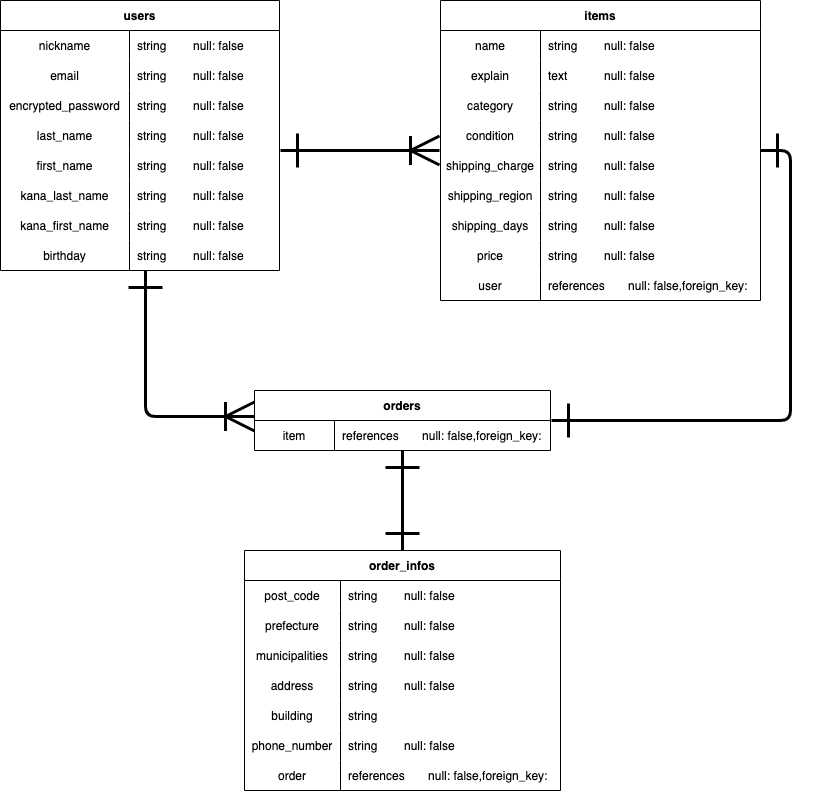
This is ER.png from YOSHIKI-NAGAMINE/furima-38929, a draw.io export, as it was before one commit. Source tidied: cells renumbered, new cells last; positions are measured from the earlier drawing's top-left corner, leaving out a move shared by most shapes.
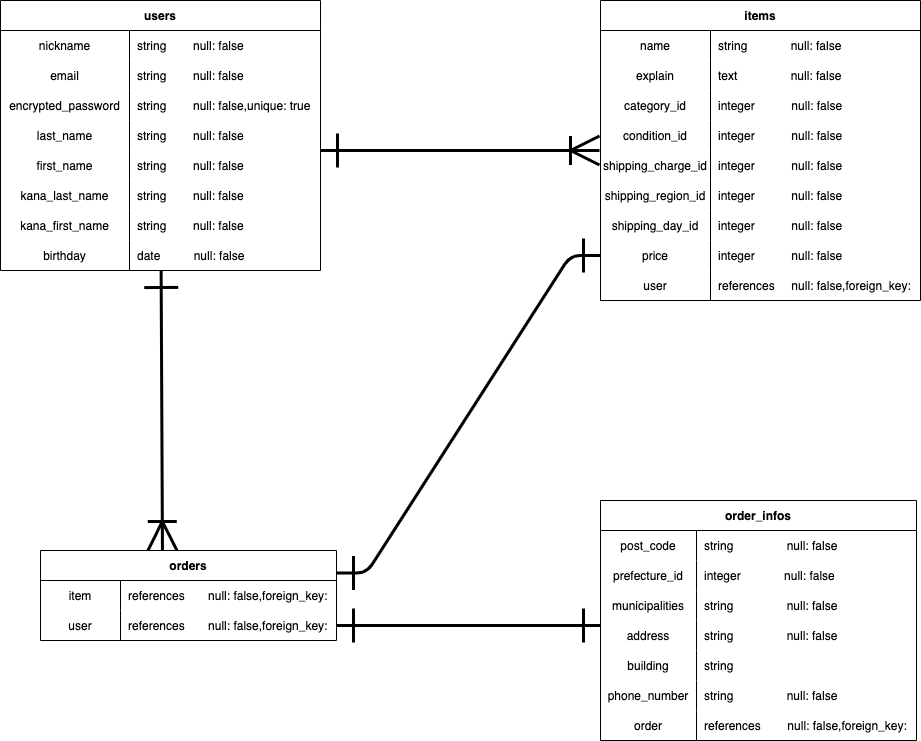
After the change.

Commit message:
READEME、ER図修正

Change to the diagram source:
```diff
@@ -5,3 +5,3 @@
     <mxCell id="2" value="items" style="shape=table;startSize=30;rowLines=0;fontStyle=1;align=center;" parent="1" vertex="1">
-      <mxGeometry x="440" width="320" height="300" as="geometry" />
+      <mxGeometry x="660" y="-40" width="320" height="300" as="geometry" />
     </mxCell>
@@ -11,6 +11,6 @@
     <mxCell id="4" value="name" style="shape=partialRectangle;fillColor=none;top=0;left=0;bottom=0;right=0;overflow=hidden;" parent="3" vertex="1">
-      <mxGeometry width="100" height="30" as="geometry" />
+      <mxGeometry width="110" height="30" as="geometry" />
     </mxCell>
-    <mxCell id="5" value="string        null: false" style="shape=partialRectangle;fillColor=none;top=0;left=0;bottom=0;right=0;align=left;spacingLeft=6;overflow=hidden;" parent="3" vertex="1">
-      <mxGeometry x="100" width="220" height="30" as="geometry" />
+    <mxCell id="5" value="string             null: false" style="shape=partialRectangle;fillColor=none;top=0;left=0;bottom=0;right=0;align=left;spacingLeft=6;overflow=hidden;" parent="3" vertex="1">
+      <mxGeometry x="110" width="210" height="30" as="geometry" />
     </mxCell>
@@ -20,6 +20,6 @@
     <mxCell id="7" value="explain" style="shape=partialRectangle;fillColor=none;top=0;left=0;bottom=0;right=0;overflow=hidden;" parent="6" vertex="1">
-      <mxGeometry width="100" height="30" as="geometry" />
+      <mxGeometry width="110" height="30" as="geometry" />
     </mxCell>
-    <mxCell id="8" value="text           null: false" style="shape=partialRectangle;fillColor=none;top=0;left=0;bottom=0;right=0;align=left;spacingLeft=6;overflow=hidden;" parent="6" vertex="1">
-      <mxGeometry x="100" width="220" height="30" as="geometry" />
+    <mxCell id="8" value="text                null: false" style="shape=partialRectangle;fillColor=none;top=0;left=0;bottom=0;right=0;align=left;spacingLeft=6;overflow=hidden;" parent="6" vertex="1">
+      <mxGeometry x="110" width="210" height="30" as="geometry" />
     </mxCell>
@@ -28,7 +28,7 @@
     </mxCell>
-    <mxCell id="10" value="category" style="shape=partialRectangle;fillColor=none;top=0;left=0;bottom=0;right=0;overflow=hidden;" parent="9" vertex="1">
-      <mxGeometry width="100" height="30" as="geometry" />
+    <mxCell id="10" value="category_id" style="shape=partialRectangle;fillColor=none;top=0;left=0;bottom=0;right=0;overflow=hidden;" parent="9" vertex="1">
+      <mxGeometry width="110" height="30" as="geometry" />
     </mxCell>
-    <mxCell id="11" value="string        null: false" style="shape=partialRectangle;fillColor=none;top=0;left=0;bottom=0;right=0;align=left;spacingLeft=6;overflow=hidden;" parent="9" vertex="1">
-      <mxGeometry x="100" width="220" height="30" as="geometry" />
+    <mxCell id="11" value="integer           null: false" style="shape=partialRectangle;fillColor=none;top=0;left=0;bottom=0;right=0;align=left;spacingLeft=6;overflow=hidden;" parent="9" vertex="1">
+      <mxGeometry x="110" width="210" height="30" as="geometry" />
     </mxCell>
@@ -37,7 +37,7 @@
     </mxCell>
-    <mxCell id="13" value="condition" style="shape=partialRectangle;fillColor=none;top=0;left=0;bottom=0;right=0;overflow=hidden;" parent="12" vertex="1">
-      <mxGeometry width="100" height="30" as="geometry" />
+    <mxCell id="13" value="condition_id" style="shape=partialRectangle;fillColor=none;top=0;left=0;bottom=0;right=0;overflow=hidden;" parent="12" vertex="1">
+      <mxGeometry width="110" height="30" as="geometry" />
     </mxCell>
-    <mxCell id="14" value="string        null: false" style="shape=partialRectangle;fillColor=none;top=0;left=0;bottom=0;right=0;align=left;spacingLeft=6;overflow=hidden;" parent="12" vertex="1">
-      <mxGeometry x="100" width="220" height="30" as="geometry" />
+    <mxCell id="14" value="integer           null: false" style="shape=partialRectangle;fillColor=none;top=0;left=0;bottom=0;right=0;align=left;spacingLeft=6;overflow=hidden;" parent="12" vertex="1">
+      <mxGeometry x="110" width="210" height="30" as="geometry" />
     </mxCell>
@@ -46,7 +46,7 @@
     </mxCell>
-    <mxCell id="16" value="shipping_charge" style="shape=partialRectangle;fillColor=none;top=0;left=0;bottom=0;right=0;overflow=hidden;" parent="15" vertex="1">
-      <mxGeometry width="100" height="30" as="geometry" />
+    <mxCell id="16" value="shipping_charge_id" style="shape=partialRectangle;fillColor=none;top=0;left=0;bottom=0;right=0;overflow=hidden;" parent="15" vertex="1">
+      <mxGeometry width="110" height="30" as="geometry" />
     </mxCell>
-    <mxCell id="17" value="string        null: false" style="shape=partialRectangle;fillColor=none;top=0;left=0;bottom=0;right=0;align=left;spacingLeft=6;overflow=hidden;" parent="15" vertex="1">
-      <mxGeometry x="100" width="220" height="30" as="geometry" />
+    <mxCell id="17" value="integer           null: false" style="shape=partialRectangle;fillColor=none;top=0;left=0;bottom=0;right=0;align=left;spacingLeft=6;overflow=hidden;" parent="15" vertex="1">
+      <mxGeometry x="110" width="210" height="30" as="geometry" />
     </mxCell>
@@ -55,7 +55,7 @@
     </mxCell>
-    <mxCell id="19" value="shipping_region" style="shape=partialRectangle;fillColor=none;top=0;left=0;bottom=0;right=0;overflow=hidden;" parent="18" vertex="1">
-      <mxGeometry width="100" height="30" as="geometry" />
+    <mxCell id="19" value="shipping_region_id" style="shape=partialRectangle;fillColor=none;top=0;left=0;bottom=0;right=0;overflow=hidden;" parent="18" vertex="1">
+      <mxGeometry width="110" height="30" as="geometry" />
     </mxCell>
-    <mxCell id="20" value="string        null: false" style="shape=partialRectangle;fillColor=none;top=0;left=0;bottom=0;right=0;align=left;spacingLeft=6;overflow=hidden;" parent="18" vertex="1">
-      <mxGeometry x="100" width="220" height="30" as="geometry" />
+    <mxCell id="20" value="integer           null: false" style="shape=partialRectangle;fillColor=none;top=0;left=0;bottom=0;right=0;align=left;spacingLeft=6;overflow=hidden;" parent="18" vertex="1">
+      <mxGeometry x="110" width="210" height="30" as="geometry" />
     </mxCell>
@@ -64,7 +64,7 @@
     </mxCell>
-    <mxCell id="22" value="shipping_days" style="shape=partialRectangle;fillColor=none;top=0;left=0;bottom=0;right=0;overflow=hidden;" parent="21" vertex="1">
-      <mxGeometry width="100" height="30" as="geometry" />
+    <mxCell id="22" value="shipping_day_id" style="shape=partialRectangle;fillColor=none;top=0;left=0;bottom=0;right=0;overflow=hidden;" parent="21" vertex="1">
+      <mxGeometry width="110" height="30" as="geometry" />
     </mxCell>
-    <mxCell id="23" value="string        null: false" style="shape=partialRectangle;fillColor=none;top=0;left=0;bottom=0;right=0;align=left;spacingLeft=6;overflow=hidden;" parent="21" vertex="1">
-      <mxGeometry x="100" width="220" height="30" as="geometry" />
+    <mxCell id="23" value="integer           null: false" style="shape=partialRectangle;fillColor=none;top=0;left=0;bottom=0;right=0;align=left;spacingLeft=6;overflow=hidden;" parent="21" vertex="1">
+      <mxGeometry x="110" width="210" height="30" as="geometry" />
     </mxCell>
@@ -74,6 +74,6 @@
     <mxCell id="25" value="price" style="shape=partialRectangle;fillColor=none;top=0;left=0;bottom=0;right=0;overflow=hidden;" parent="24" vertex="1">
-      <mxGeometry width="100" height="30" as="geometry" />
+      <mxGeometry width="110" height="30" as="geometry" />
     </mxCell>
-    <mxCell id="26" value="string        null: false" style="shape=partialRectangle;fillColor=none;top=0;left=0;bottom=0;right=0;align=left;spacingLeft=6;overflow=hidden;" parent="24" vertex="1">
-      <mxGeometry x="100" width="220" height="30" as="geometry" />
+    <mxCell id="26" value="integer           null: false" style="shape=partialRectangle;fillColor=none;top=0;left=0;bottom=0;right=0;align=left;spacingLeft=6;overflow=hidden;" parent="24" vertex="1">
+      <mxGeometry x="110" width="210" height="30" as="geometry" />
     </mxCell>
@@ -83,12 +83,12 @@
     <mxCell id="28" value="user" style="shape=partialRectangle;fillColor=none;top=0;left=0;bottom=0;right=0;overflow=hidden;" parent="27" vertex="1">
-      <mxGeometry width="100" height="30" as="geometry" />
+      <mxGeometry width="110" height="30" as="geometry" />
     </mxCell>
-    <mxCell id="29" value="references       null: false,foreign_key:" style="shape=partialRectangle;fillColor=none;top=0;left=0;bottom=0;right=0;align=left;spacingLeft=6;overflow=hidden;" parent="27" vertex="1">
-      <mxGeometry x="100" width="220" height="30" as="geometry" />
+    <mxCell id="29" value="references     null: false,foreign_key:" style="shape=partialRectangle;fillColor=none;top=0;left=0;bottom=0;right=0;align=left;spacingLeft=6;overflow=hidden;" parent="27" vertex="1">
+      <mxGeometry x="110" width="210" height="30" as="geometry" />
     </mxCell>
     <mxCell id="30" value="users" style="shape=table;startSize=30;rowLines=0;fontStyle=1;align=center;" parent="1" vertex="1">
-      <mxGeometry width="279" height="270" as="geometry" />
+      <mxGeometry x="60" y="-40" width="320" height="270" as="geometry" />
     </mxCell>
     <mxCell id="31" style="shape=tableRow;horizontal=0;startSize=0;swimlaneHead=0;swimlaneBody=0;fillColor=none;top=0;left=0;right=0;bottom=0;" parent="30" vertex="1">
-      <mxGeometry y="30" width="279" height="30" as="geometry" />
+      <mxGeometry y="30" width="320" height="30" as="geometry" />
     </mxCell>
@@ -98,6 +98,6 @@
     <mxCell id="33" value="string        null: false" style="shape=partialRectangle;fillColor=none;top=0;left=0;bottom=0;right=0;align=left;spacingLeft=6;overflow=hidden;" parent="31" vertex="1">
-      <mxGeometry x="129" width="150" height="30" as="geometry" />
+      <mxGeometry x="129" width="191" height="30" as="geometry" />
     </mxCell>
     <mxCell id="34" style="shape=tableRow;horizontal=0;startSize=0;swimlaneHead=0;swimlaneBody=0;fillColor=none;top=0;left=0;right=0;bottom=0;" parent="30" vertex="1">
-      <mxGeometry y="60" width="279" height="30" as="geometry" />
+      <mxGeometry y="60" width="320" height="30" as="geometry" />
     </mxCell>
@@ -107,6 +107,6 @@
     <mxCell id="36" value="string        null: false" style="shape=partialRectangle;fillColor=none;top=0;left=0;bottom=0;right=0;align=left;spacingLeft=6;overflow=hidden;" parent="34" vertex="1">
-      <mxGeometry x="129" width="150" height="30" as="geometry" />
+      <mxGeometry x="129" width="191" height="30" as="geometry" />
     </mxCell>
     <mxCell id="37" style="shape=tableRow;horizontal=0;startSize=0;swimlaneHead=0;swimlaneBody=0;fillColor=none;top=0;left=0;right=0;bottom=0;" parent="30" vertex="1">
-      <mxGeometry y="90" width="279" height="30" as="geometry" />
+      <mxGeometry y="90" width="320" height="30" as="geometry" />
     </mxCell>
@@ -115,7 +115,7 @@
     </mxCell>
-    <mxCell id="39" value="string        null: false" style="shape=partialRectangle;fillColor=none;top=0;left=0;bottom=0;right=0;align=left;spacingLeft=6;overflow=hidden;" parent="37" vertex="1">
-      <mxGeometry x="129" width="150" height="30" as="geometry" />
+    <mxCell id="39" value="string        null: false,unique: true" style="shape=partialRectangle;fillColor=none;top=0;left=0;bottom=0;right=0;align=left;spacingLeft=6;overflow=hidden;" parent="37" vertex="1">
+      <mxGeometry x="129" width="191" height="30" as="geometry" />
     </mxCell>
     <mxCell id="40" style="shape=tableRow;horizontal=0;startSize=0;swimlaneHead=0;swimlaneBody=0;fillColor=none;top=0;left=0;right=0;bottom=0;" parent="30" vertex="1">
-      <mxGeometry y="120" width="279" height="30" as="geometry" />
+      <mxGeometry y="120" width="320" height="30" as="geometry" />
     </mxCell>
@@ -125,6 +125,6 @@
     <mxCell id="42" value="string        null: false" style="shape=partialRectangle;fillColor=none;top=0;left=0;bottom=0;right=0;align=left;spacingLeft=6;overflow=hidden;" parent="40" vertex="1">
-      <mxGeometry x="129" width="150" height="30" as="geometry" />
+      <mxGeometry x="129" width="191" height="30" as="geometry" />
     </mxCell>
     <mxCell id="43" style="shape=tableRow;horizontal=0;startSize=0;swimlaneHead=0;swimlaneBody=0;fillColor=none;top=0;left=0;right=0;bottom=0;" parent="30" vertex="1">
-      <mxGeometry y="150" width="279" height="30" as="geometry" />
+      <mxGeometry y="150" width="320" height="30" as="geometry" />
     </mxCell>
@@ -134,6 +134,6 @@
     <mxCell id="45" value="string        null: false" style="shape=partialRectangle;fillColor=none;top=0;left=0;bottom=0;right=0;align=left;spacingLeft=6;overflow=hidden;" parent="43" vertex="1">
-      <mxGeometry x="129" width="150" height="30" as="geometry" />
+      <mxGeometry x="129" width="191" height="30" as="geometry" />
     </mxCell>
     <mxCell id="46" style="shape=tableRow;horizontal=0;startSize=0;swimlaneHead=0;swimlaneBody=0;fillColor=none;top=0;left=0;right=0;bottom=0;" parent="30" vertex="1">
-      <mxGeometry y="180" width="279" height="30" as="geometry" />
+      <mxGeometry y="180" width="320" height="30" as="geometry" />
     </mxCell>
@@ -143,6 +143,6 @@
     <mxCell id="48" value="string        null: false" style="shape=partialRectangle;fillColor=none;top=0;left=0;bottom=0;right=0;align=left;spacingLeft=6;overflow=hidden;" parent="46" vertex="1">
-      <mxGeometry x="129" width="150" height="30" as="geometry" />
+      <mxGeometry x="129" width="191" height="30" as="geometry" />
     </mxCell>
     <mxCell id="49" style="shape=tableRow;horizontal=0;startSize=0;swimlaneHead=0;swimlaneBody=0;fillColor=none;top=0;left=0;right=0;bottom=0;" parent="30" vertex="1">
-      <mxGeometry y="210" width="279" height="30" as="geometry" />
+      <mxGeometry y="210" width="320" height="30" as="geometry" />
     </mxCell>
@@ -152,6 +152,6 @@
     <mxCell id="51" value="string        null: false" style="shape=partialRectangle;fillColor=none;top=0;left=0;bottom=0;right=0;align=left;spacingLeft=6;overflow=hidden;" parent="49" vertex="1">
-      <mxGeometry x="129" width="150" height="30" as="geometry" />
+      <mxGeometry x="129" width="191" height="30" as="geometry" />
     </mxCell>
     <mxCell id="52" style="shape=tableRow;horizontal=0;startSize=0;swimlaneHead=0;swimlaneBody=0;fillColor=none;top=0;left=0;right=0;bottom=0;" parent="30" vertex="1">
-      <mxGeometry y="240" width="279" height="30" as="geometry" />
+      <mxGeometry y="240" width="320" height="30" as="geometry" />
     </mxCell>
@@ -160,7 +160,7 @@
     </mxCell>
-    <mxCell id="54" value="string        null: false" style="shape=partialRectangle;fillColor=none;top=0;left=0;bottom=0;right=0;align=left;spacingLeft=6;overflow=hidden;" parent="52" vertex="1">
-      <mxGeometry x="129" width="150" height="30" as="geometry" />
+    <mxCell id="54" value="date          null: false" style="shape=partialRectangle;fillColor=none;top=0;left=0;bottom=0;right=0;align=left;spacingLeft=6;overflow=hidden;" parent="52" vertex="1">
+      <mxGeometry x="129" width="191" height="30" as="geometry" />
     </mxCell>
     <mxCell id="55" value="orders" style="shape=table;startSize=30;rowLines=0;fontStyle=1;align=center;" parent="1" vertex="1">
-      <mxGeometry x="254" y="390" width="296" height="60" as="geometry" />
+      <mxGeometry x="100" y="510" width="296" height="90" as="geometry" />
     </mxCell>
@@ -175,4 +175,13 @@
     </mxCell>
+    <mxCell id="86" style="shape=tableRow;horizontal=0;startSize=0;swimlaneHead=0;swimlaneBody=0;fillColor=none;points=[[0,0.5],[1,0.5]];portConstraint=eastwest;top=0;left=0;right=0;bottom=0;" parent="55" vertex="1">
+      <mxGeometry y="60" width="296" height="30" as="geometry" />
+    </mxCell>
+    <mxCell id="87" value="user" style="shape=partialRectangle;fillColor=none;top=0;left=0;bottom=0;right=0;overflow=hidden;" parent="86" vertex="1">
+      <mxGeometry width="80" height="30" as="geometry" />
+    </mxCell>
+    <mxCell id="88" value="references       null: false,foreign_key:" style="shape=partialRectangle;fillColor=none;top=0;left=0;bottom=0;right=0;align=left;spacingLeft=6;overflow=hidden;" parent="86" vertex="1">
+      <mxGeometry x="80" width="216" height="30" as="geometry" />
+    </mxCell>
     <mxCell id="59" value="order_infos" style="shape=table;startSize=30;rowLines=0;fontStyle=1;align=center;" parent="1" vertex="1">
-      <mxGeometry x="244" y="550" width="316" height="240" as="geometry" />
+      <mxGeometry x="660" y="460" width="316" height="240" as="geometry" />
     </mxCell>
@@ -184,3 +193,3 @@
     </mxCell>
-    <mxCell id="62" value="string        null: false" style="shape=partialRectangle;fillColor=none;top=0;left=0;bottom=0;right=0;align=left;spacingLeft=6;overflow=hidden;" parent="60" vertex="1">
+    <mxCell id="62" value="string                null: false" style="shape=partialRectangle;fillColor=none;top=0;left=0;bottom=0;right=0;align=left;spacingLeft=6;overflow=hidden;" parent="60" vertex="1">
       <mxGeometry x="96" width="220" height="30" as="geometry" />
@@ -190,6 +199,6 @@
     </mxCell>
-    <mxCell id="64" value="prefecture" style="shape=partialRectangle;fillColor=none;top=0;left=0;bottom=0;right=0;overflow=hidden;" parent="63" vertex="1">
+    <mxCell id="64" value="prefecture_id" style="shape=partialRectangle;fillColor=none;top=0;left=0;bottom=0;right=0;overflow=hidden;" parent="63" vertex="1">
       <mxGeometry width="96" height="30" as="geometry" />
     </mxCell>
-    <mxCell id="65" value="string        null: false" style="shape=partialRectangle;fillColor=none;top=0;left=0;bottom=0;right=0;align=left;spacingLeft=6;overflow=hidden;" parent="63" vertex="1">
+    <mxCell id="65" value="integer             null: false" style="shape=partialRectangle;fillColor=none;top=0;left=0;bottom=0;right=0;align=left;spacingLeft=6;overflow=hidden;" parent="63" vertex="1">
       <mxGeometry x="96" width="220" height="30" as="geometry" />
@@ -202,3 +211,3 @@
     </mxCell>
-    <mxCell id="68" value="string        null: false" style="shape=partialRectangle;fillColor=none;top=0;left=0;bottom=0;right=0;align=left;spacingLeft=6;overflow=hidden;" parent="66" vertex="1">
+    <mxCell id="68" value="string                null: false" style="shape=partialRectangle;fillColor=none;top=0;left=0;bottom=0;right=0;align=left;spacingLeft=6;overflow=hidden;" parent="66" vertex="1">
       <mxGeometry x="96" width="220" height="30" as="geometry" />
@@ -211,3 +220,3 @@
     </mxCell>
-    <mxCell id="71" value="string        null: false" style="shape=partialRectangle;fillColor=none;top=0;left=0;bottom=0;right=0;align=left;spacingLeft=6;overflow=hidden;" parent="69" vertex="1">
+    <mxCell id="71" value="string                null: false" style="shape=partialRectangle;fillColor=none;top=0;left=0;bottom=0;right=0;align=left;spacingLeft=6;overflow=hidden;" parent="69" vertex="1">
       <mxGeometry x="96" width="220" height="30" as="geometry" />
@@ -229,3 +238,3 @@
     </mxCell>
-    <mxCell id="77" value="string        null: false" style="shape=partialRectangle;fillColor=none;top=0;left=0;bottom=0;right=0;align=left;spacingLeft=6;overflow=hidden;" parent="75" vertex="1">
+    <mxCell id="77" value="string                null: false" style="shape=partialRectangle;fillColor=none;top=0;left=0;bottom=0;right=0;align=left;spacingLeft=6;overflow=hidden;" parent="75" vertex="1">
       <mxGeometry x="96" width="220" height="30" as="geometry" />
@@ -238,3 +247,3 @@
     </mxCell>
-    <mxCell id="80" value="references       null: false,foreign_key:" style="shape=partialRectangle;fillColor=none;top=0;left=0;bottom=0;right=0;align=left;spacingLeft=6;overflow=hidden;" parent="78" vertex="1">
+    <mxCell id="80" value="references        null: false,foreign_key:" style="shape=partialRectangle;fillColor=none;top=0;left=0;bottom=0;right=0;align=left;spacingLeft=6;overflow=hidden;" parent="78" vertex="1">
       <mxGeometry x="96" width="220" height="30" as="geometry" />
@@ -243,26 +252,15 @@
       <mxGeometry relative="1" as="geometry">
-        <mxPoint x="280" y="150" as="sourcePoint" />
+        <mxPoint x="380" y="110" as="sourcePoint" />
       </mxGeometry>
     </mxCell>
-    <mxCell id="82" style="edgeStyle=entityRelationEdgeStyle;fontSize=12;html=1;endArrow=ERmandOne;startArrow=ERmandOne;strokeColor=none;" parent="1" edge="1">
-      <mxGeometry relative="1" as="geometry">
-        <mxPoint x="120" y="650" as="sourcePoint" />
-        <mxPoint x="220" y="550" as="targetPoint" />
-      </mxGeometry>
-    </mxCell>
-    <mxCell id="83" style="fontSize=12;html=1;endArrow=ERoneToMany;strokeWidth=3;endFill=0;endSize=25;targetPerimeterSpacing=1;startArrow=ERone;startFill=0;sourcePerimeterSpacing=0;startSize=30;edgeStyle=orthogonalEdgeStyle;" parent="1" edge="1" source="30">
-      <mxGeometry relative="1" as="geometry">
-        <mxPoint x="254" y="416" as="targetPoint" />
-        <Array as="points">
-          <mxPoint x="145" y="416" />
-        </Array>
-      </mxGeometry>
+    <mxCell id="83" style="fontSize=12;html=1;endArrow=ERoneToMany;strokeWidth=3;endFill=0;endSize=25;targetPerimeterSpacing=1;startArrow=ERone;startFill=0;sourcePerimeterSpacing=0;startSize=30;entryX=0.412;entryY=0;entryDx=0;entryDy=0;entryPerimeter=0;" parent="1" edge="1" source="30" target="55">
+      <mxGeometry relative="1" as="geometry" />
     </mxCell>
-    <mxCell id="84" style="fontSize=12;html=1;endArrow=ERone;strokeWidth=3;endFill=0;endSize=30;targetPerimeterSpacing=1;startArrow=ERone;startFill=0;sourcePerimeterSpacing=0;startSize=30;edgeStyle=entityRelationEdgeStyle;" parent="1" edge="1" target="55">
-      <mxGeometry relative="1" as="geometry">
-        <mxPoint x="760" y="150" as="sourcePoint" />
-      </mxGeometry>
+    <mxCell id="84" style="fontSize=12;html=1;endArrow=ERone;strokeWidth=3;endFill=0;endSize=30;targetPerimeterSpacing=1;startArrow=ERone;startFill=0;sourcePerimeterSpacing=0;startSize=30;edgeStyle=entityRelationEdgeStyle;exitX=0;exitY=0.5;exitDx=0;exitDy=0;entryX=1;entryY=0.25;entryDx=0;entryDy=0;" parent="1" edge="1" source="24" target="55">
+      <mxGeometry relative="1" as="geometry" />
     </mxCell>
-    <mxCell id="85" style="fontSize=12;html=1;endArrow=ERone;strokeWidth=3;endFill=0;endSize=30;targetPerimeterSpacing=1;startArrow=ERone;startFill=0;sourcePerimeterSpacing=0;startSize=30;entryX=0.5;entryY=0;entryDx=0;entryDy=0;" parent="1" edge="1" source="55" target="59">
-      <mxGeometry relative="1" as="geometry" />
+    <mxCell id="85" style="fontSize=12;html=1;endArrow=ERone;strokeWidth=3;endFill=0;endSize=30;targetPerimeterSpacing=1;startArrow=ERone;startFill=0;sourcePerimeterSpacing=0;startSize=30;exitX=1;exitY=0.5;exitDx=0;exitDy=0;" parent="1" edge="1" source="86">
+      <mxGeometry relative="1" as="geometry">
+        <mxPoint x="660" y="585" as="targetPoint" />
+      </mxGeometry>
     </mxCell>
```
